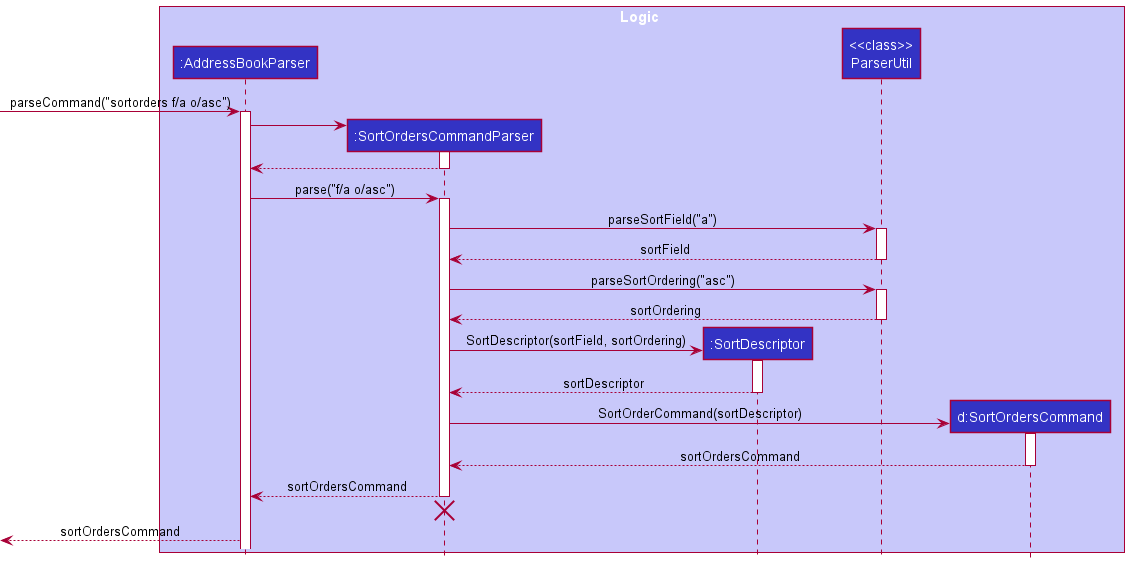
Earlier version of the PlantUML export docs/images/SortOrdersParserSequenceDiagram.png (nus-cs2103-AY2122S1/tp). The source it was exported from:
```plantuml
@startuml

!include style.puml

box Logic LOGIC_COLOR_T1
participant ":AddressBookParser" as AddressBookParser LOGIC_COLOR
participant ":SortOrdersCommandParser" as SortOrdersCommandParser LOGIC_COLOR
participant ":SortDescriptor" as SortDescriptor LOGIC_COLOR
participant "<<class>>\nParserUtil" as ParserUtil LOGIC_COLOR
participant "d:SortOrdersCommand" as SortOrderCommand LOGIC_COLOR
end box

-> AddressBookParser : parseCommand("sortorders f/a o/asc")
activate AddressBookParser

create SortOrdersCommandParser
AddressBookParser -> SortOrdersCommandParser
activate SortOrdersCommandParser

SortOrdersCommandParser --> AddressBookParser
deactivate SortOrdersCommandParser

AddressBookParser -> SortOrdersCommandParser : parse("f/a o/asc")
activate SortOrdersCommandParser

SortOrdersCommandParser -> ParserUtil  : parseSortField("a")
activate ParserUtil

ParserUtil --> SortOrdersCommandParser : sortField
deactivate ParserUtil

SortOrdersCommandParser -> ParserUtil  : parseSortOrdering("asc")
activate ParserUtil

ParserUtil --> SortOrdersCommandParser : sortOrdering
deactivate ParserUtil

create SortDescriptor
SortOrdersCommandParser -> SortDescriptor  : SortDescriptor(sortField, sortOrdering)
activate SortDescriptor

SortDescriptor --> SortOrdersCommandParser : sortDescriptor
deactivate SortDescriptor

create SortOrderCommand
SortOrdersCommandParser -> SortOrderCommand  : SortOrderCommand(sortDescriptor)
activate SortOrderCommand

SortOrderCommand --> SortOrdersCommandParser : sortOrdersCommand
deactivate SortOrderCommand

SortOrdersCommandParser --> AddressBookParser : sortOrdersCommand
deactivate SortOrdersCommandParser

SortOrdersCommandParser -[hidden]-> AddressBookParser
destroy SortOrdersCommandParser

<-- AddressBookParser : sortOrdersCommand
deactivate SortOrderCommand

@enduml
```
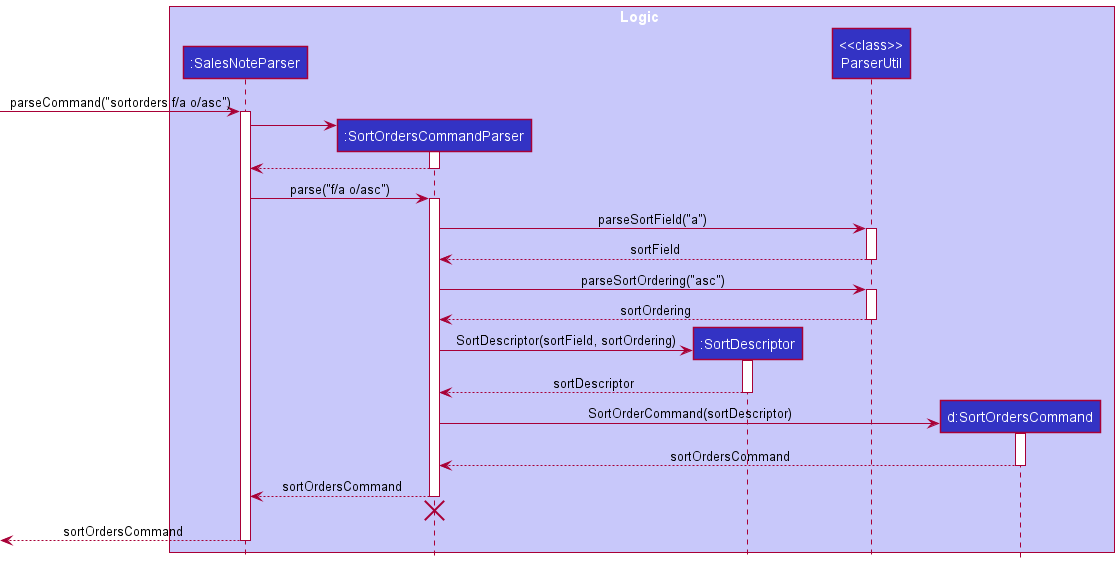
After the commit.

Diff of the diagram source:
```diff
@@ -3,24 +3,24 @@
 !include style.puml
 
 box Logic LOGIC_COLOR_T1
-participant ":AddressBookParser" as AddressBookParser LOGIC_COLOR
+participant ":SalesNoteParser" as SalesNoteParser LOGIC_COLOR
 participant ":SortOrdersCommandParser" as SortOrdersCommandParser LOGIC_COLOR
 participant ":SortDescriptor" as SortDescriptor LOGIC_COLOR
 participant "<<class>>\nParserUtil" as ParserUtil LOGIC_COLOR
 participant "d:SortOrdersCommand" as SortOrderCommand LOGIC_COLOR
 end box
 
--> AddressBookParser : parseCommand("sortorders f/a o/asc")
-activate AddressBookParser
+-> SalesNoteParser : parseCommand("sortorders f/a o/asc")
+activate SalesNoteParser
 
 create SortOrdersCommandParser
-AddressBookParser -> SortOrdersCommandParser
+SalesNoteParser -> SortOrdersCommandParser
 activate SortOrdersCommandParser
 
-SortOrdersCommandParser --> AddressBookParser
+SortOrdersCommandParser --> SalesNoteParser
 deactivate SortOrdersCommandParser
 
-AddressBookParser -> SortOrdersCommandParser : parse("f/a o/asc")
+SalesNoteParser -> SortOrdersCommandParser : parse("f/a o/asc")
 activate SortOrdersCommandParser
 
 SortOrdersCommandParser -> ParserUtil  : parseSortField("a")
@@ -49,13 +49,13 @@
 SortOrderCommand --> SortOrdersCommandParser : sortOrdersCommand
 deactivate SortOrderCommand
 
-SortOrdersCommandParser --> AddressBookParser : sortOrdersCommand
+SortOrdersCommandParser --> SalesNoteParser : sortOrdersCommand
 deactivate SortOrdersCommandParser
 
-SortOrdersCommandParser -[hidden]-> AddressBookParser
+SortOrdersCommandParser -[hidden]-> SalesNoteParser
 destroy SortOrdersCommandParser
 
-<-- AddressBookParser : sortOrdersCommand
-deactivate SortOrderCommand
+<-- SalesNoteParser : sortOrdersCommand
+deactivate SalesNoteParser
 
 @enduml
```
